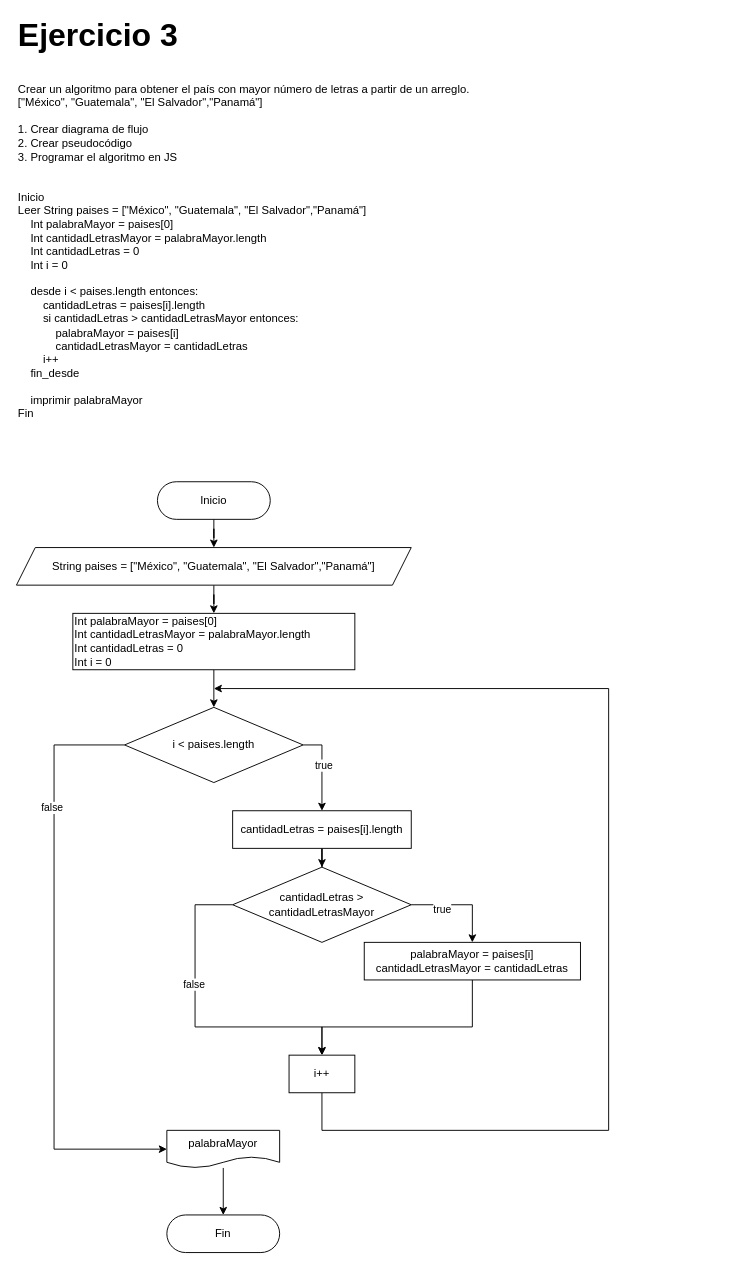
The draw.io diagram actividad_1/actividad_1.drawio in ayrtonbolwal/devF_activities_3_POO, before the edit. Source tidied: cells renumbered, new cells numbered last; positions are measured from the earlier drawing's top-left corner, leaving out a move shared by most shapes. Both pictures are drawn from the tidied source at 94%, with x=0, y=0 at pixel (16, 21).
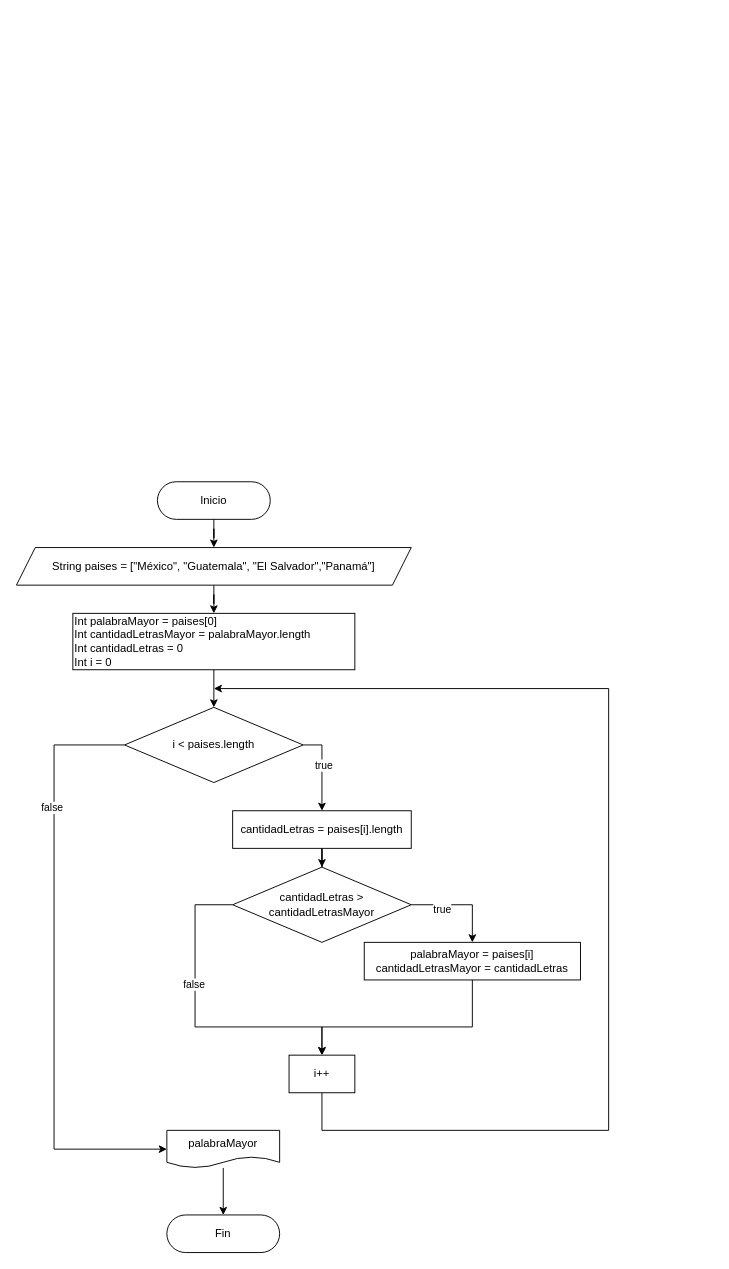
After the change.

Change to the diagram source:
```diff
@@
-    <mxCell id="27" value="&lt;div&gt;Crear un algoritmo para obtener el país con mayor número de letras a partir de un arreglo.&lt;/div&gt;&lt;div&gt;[&quot;México&quot;, &quot;Guatemala&quot;, &quot;El Salvador&quot;,&quot;Panamá&quot;]&lt;/div&gt;&lt;div&gt;&lt;br&gt;&lt;/div&gt;&lt;div&gt;1. Crear diagrama de flujo&lt;/div&gt;&lt;div&gt;2. Crear pseudocódigo&lt;/div&gt;&lt;div&gt;3. Programar el algoritmo en JS&lt;/div&gt;&lt;div&gt;&lt;br&gt;&lt;/div&gt;&lt;div&gt;&lt;br&gt;&lt;/div&gt;&lt;div&gt;Inicio&lt;/div&gt;&lt;div&gt;Leer String paises = [&quot;México&quot;, &quot;Guatemala&quot;, &quot;El Salvador&quot;,&quot;Panamá&quot;]&lt;span style=&quot;&quot;&gt;&lt;/span&gt;&lt;/div&gt;&lt;div&gt;&lt;span style=&quot;&quot;&gt;&lt;span style=&quot;&quot;&gt;&lt;span style=&quot;white-space: pre;&quot;&gt;&amp;nbsp;&amp;nbsp;&amp;nbsp;&amp;nbsp;&lt;/span&gt;&lt;/span&gt;Int palabraMayor = paises[0]&lt;/span&gt;&lt;/div&gt;&lt;div&gt;&lt;span style=&quot;&quot;&gt;&lt;span style=&quot;&quot;&gt;&lt;span style=&quot;white-space: pre;&quot;&gt;&amp;nbsp;&amp;nbsp;&amp;nbsp;&amp;nbsp;&lt;/span&gt;&lt;/span&gt;Int cantidadLetrasMayor = palabraMayor.length&lt;/span&gt;&lt;/div&gt;&lt;div&gt;&lt;span style=&quot;&quot;&gt;&lt;span style=&quot;&quot;&gt;&lt;span style=&quot;white-space: pre;&quot;&gt;&amp;nbsp;&amp;nbsp;&amp;nbsp;&amp;nbsp;&lt;/span&gt;&lt;/span&gt;Int cantidadLetras = 0&lt;/span&gt;&lt;/div&gt;&lt;div&gt;&lt;span style=&quot;&quot;&gt;&lt;span style=&quot;&quot;&gt;&lt;span style=&quot;white-space: pre;&quot;&gt;&amp;nbsp;&amp;nbsp;&amp;nbsp;&amp;nbsp;&lt;/span&gt;&lt;/span&gt;Int i = 0&lt;/span&gt;&lt;/div&gt;&lt;div&gt;&lt;br&gt;&lt;/div&gt;&lt;div&gt;&lt;span style=&quot;&quot;&gt;&lt;span style=&quot;&quot;&gt;&lt;span style=&quot;white-space: pre;&quot;&gt;&amp;nbsp;&amp;nbsp;&amp;nbsp;&amp;nbsp;&lt;/span&gt;&lt;/span&gt;desde i &amp;lt; paises.length entonces:&lt;/span&gt;&lt;/div&gt;&lt;div&gt;&lt;span style=&quot;&quot;&gt;&lt;span style=&quot;&quot;&gt;&lt;span style=&quot;white-space: pre;&quot;&gt;&amp;nbsp;&amp;nbsp;&amp;nbsp;&amp;nbsp;&lt;/span&gt;&lt;span style=&quot;white-space: pre;&quot;&gt;&amp;nbsp;&amp;nbsp;&amp;nbsp;&amp;nbsp;&lt;/span&gt;&lt;/span&gt;cantidadLetras = paises[i].length&lt;/span&gt;&lt;/div&gt;&lt;div&gt;&lt;span style=&quot;&quot;&gt;&lt;span style=&quot;&quot;&gt;&lt;span style=&quot;white-space: pre;&quot;&gt;&amp;nbsp;&amp;nbsp;&amp;nbsp;&amp;nbsp;&lt;/span&gt;&lt;span style=&quot;white-space: pre;&quot;&gt;&amp;nbsp;&amp;nbsp;&amp;nbsp;&amp;nbsp;&lt;/span&gt;&lt;/span&gt;si cantidadLetras &amp;gt; cantidadLetrasMayor entonces:&lt;/span&gt;&lt;/div&gt;&lt;div&gt;&lt;span style=&quot;&quot;&gt;&lt;span style=&quot;&quot;&gt;&lt;span style=&quot;white-space: pre;&quot;&gt;&amp;nbsp;&amp;nbsp;&amp;nbsp;&amp;nbsp;&lt;/span&gt;&lt;span style=&quot;white-space: pre;&quot;&gt;&amp;nbsp;&amp;nbsp;&amp;nbsp;&amp;nbsp;&lt;/span&gt;&lt;span style=&quot;white-space: pre;&quot;&gt;&amp;nbsp;&amp;nbsp;&amp;nbsp;&amp;nbsp;&lt;/span&gt;&lt;/span&gt;palabraMayor = paises[i]&lt;/span&gt;&lt;/div&gt;&lt;div&gt;&lt;span style=&quot;&quot;&gt;&lt;span style=&quot;&quot;&gt;&lt;span style=&quot;white-space: pre;&quot;&gt;&amp;nbsp;&amp;nbsp;&amp;nbsp;&amp;nbsp;&lt;/span&gt;&lt;span style=&quot;white-space: pre;&quot;&gt;&amp;nbsp;&amp;nbsp;&amp;nbsp;&amp;nbsp;&lt;/span&gt;&lt;span style=&quot;white-space: pre;&quot;&gt;&amp;nbsp;&amp;nbsp;&amp;nbsp;&amp;nbsp;&lt;/span&gt;&lt;/span&gt;cantidadLetrasMayor = cantidadLetras&lt;/span&gt;&lt;/div&gt;&lt;div&gt;&lt;span style=&quot;&quot;&gt;&lt;span style=&quot;&quot;&gt;&lt;span style=&quot;white-space: pre;&quot;&gt;&amp;nbsp;&amp;nbsp;&amp;nbsp;&amp;nbsp;&lt;/span&gt;&lt;span style=&quot;white-space: pre;&quot;&gt;&amp;nbsp;&amp;nbsp;&amp;nbsp;&amp;nbsp;&lt;/span&gt;&lt;/span&gt;i++&lt;/span&gt;&lt;/div&gt;&lt;div&gt;&lt;span style=&quot;&quot;&gt;&lt;span style=&quot;&quot;&gt;&lt;span style=&quot;white-space: pre;&quot;&gt;&amp;nbsp;&amp;nbsp;&amp;nbsp;&amp;nbsp;&lt;/span&gt;&lt;/span&gt;fin_desde&lt;/span&gt;&lt;/div&gt;&lt;div&gt;&lt;br&gt;&lt;/div&gt;&lt;div&gt;&lt;span style=&quot;&quot;&gt;&lt;span style=&quot;&quot;&gt;&lt;span style=&quot;white-space: pre;&quot;&gt;&amp;nbsp;&amp;nbsp;&amp;nbsp;&amp;nbsp;&lt;/span&gt;&lt;/span&gt;imprimir palabraMayor&lt;/span&gt;&lt;/div&gt;&lt;div&gt;Fin&lt;/div&gt;" style="text;strokeColor=none;align=left;fillColor=none;html=1;verticalAlign=middle;whiteSpace=wrap;rounded=0;" parent="1" vertex="1">
-      <mxGeometry y="45" width="740" height="400" as="geometry" />
-    </mxCell>
-    <mxCell id="28" value="&lt;b style=&quot;font-size: 34px;&quot;&gt;&lt;font style=&quot;font-size: 34px;&quot;&gt;Ejercicio 3&lt;/font&gt;&lt;/b&gt;" style="text;strokeColor=none;align=left;fillColor=none;html=1;verticalAlign=middle;whiteSpace=wrap;rounded=0;fontSize=34;" parent="1" vertex="1">
-      <mxGeometry width="200" height="30" as="geometry" />
-    </mxCell>
```
